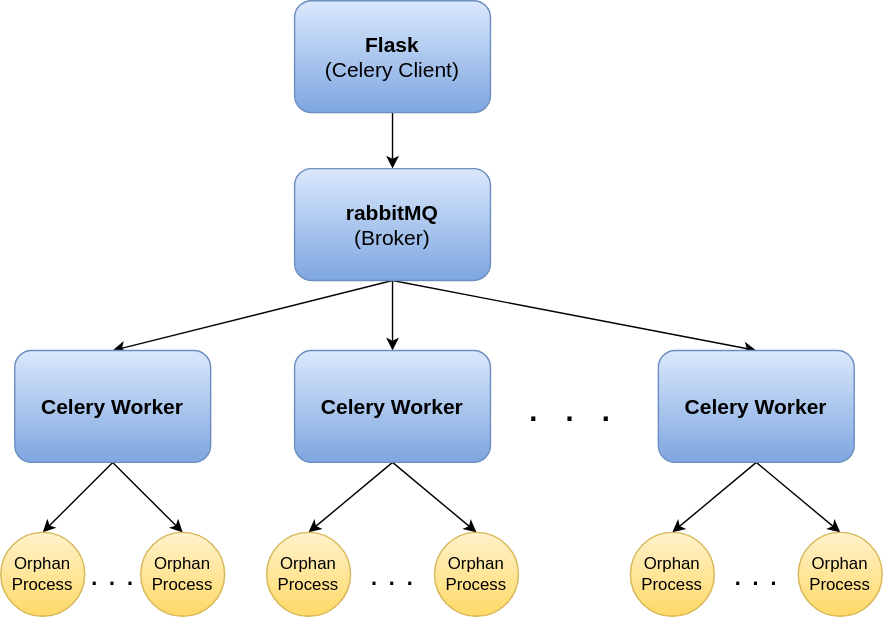
Above: platform.drawio.svg in cvvz/cvvz.github.io (draw.io), before the change. Source tidied: cells renumbered, new cells last; positions are measured from the earlier drawing's top-left corner, leaving out a move shared by most shapes.
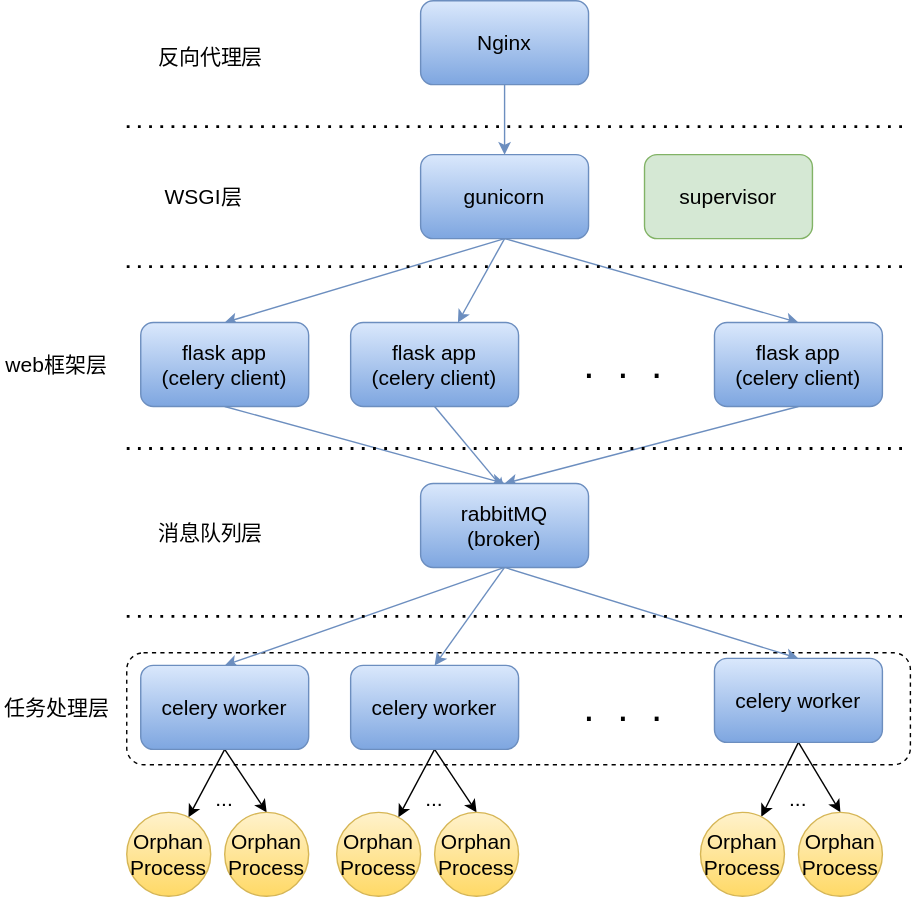
Above is the later version.

Diff of the diagram source:
```diff
@@ -2,80 +2,160 @@
   <root>
     <mxCell id="0" />
     <mxCell id="1" parent="0" />
-    <mxCell id="2" style="edgeStyle=orthogonalEdgeStyle;rounded=0;jettySize=auto;html=1;fontSize=15;" parent="1" edge="1" source="3" target="7">
-      <mxGeometry relative="1" as="geometry" />
-    </mxCell>
-    <mxCell id="3" value="&lt;b&gt;Flask&lt;/b&gt; &lt;br style=&quot;font-size: 15px&quot;&gt;(Celery Client)" style="rounded=1;whiteSpace=wrap;html=1;fontSize=15;fillColor=#dae8fc;strokeColor=#6c8ebf;gradientColor=#7ea6e0;" parent="1" vertex="1">
-      <mxGeometry x="210" width="140" height="80" as="geometry" />
-    </mxCell>
-    <mxCell id="4" style="edgeStyle=orthogonalEdgeStyle;rounded=0;jettySize=auto;html=1;fontSize=15;" parent="1" edge="1" source="7" target="13">
-      <mxGeometry relative="1" as="geometry" />
-    </mxCell>
-    <mxCell id="5" style="rounded=0;jettySize=auto;html=1;exitX=0.5;exitY=1;exitDx=0;exitDy=0;fontSize=15;entryX=0.5;entryY=0;entryDx=0;entryDy=0;" parent="1" edge="1" source="7" target="16">
-      <mxGeometry relative="1" as="geometry" />
-    </mxCell>
-    <mxCell id="6" style="rounded=0;jettySize=auto;html=1;exitX=0.5;exitY=1;exitDx=0;exitDy=0;entryX=0.5;entryY=0;entryDx=0;entryDy=0;fontSize=15;" parent="1" edge="1" source="7" target="10">
-      <mxGeometry relative="1" as="geometry" />
-    </mxCell>
-    <mxCell id="7" value="&lt;b&gt;rabbitMQ&lt;/b&gt;&lt;br style=&quot;font-size: 15px&quot;&gt;(Broker)" style="rounded=1;whiteSpace=wrap;html=1;fontSize=15;gradientColor=#7ea6e0;fillColor=#dae8fc;strokeColor=#6c8ebf;" parent="1" vertex="1">
-      <mxGeometry x="210" y="120" width="140" height="80" as="geometry" />
-    </mxCell>
-    <mxCell id="8" style="edgeStyle=none;rounded=0;jettySize=auto;html=1;exitX=0.5;exitY=1;exitDx=0;exitDy=0;entryX=0.5;entryY=0;entryDx=0;entryDy=0;fontSize=15;" parent="1" edge="1" source="10" target="22">
-      <mxGeometry relative="1" as="geometry" />
-    </mxCell>
-    <mxCell id="9" style="edgeStyle=none;rounded=0;jettySize=auto;html=1;exitX=0.5;exitY=1;exitDx=0;exitDy=0;entryX=0.5;entryY=0;entryDx=0;entryDy=0;fontSize=15;" parent="1" edge="1" source="10" target="23">
-      <mxGeometry relative="1" as="geometry" />
-    </mxCell>
-    <mxCell id="10" value="&lt;b&gt;Celery Worker&lt;/b&gt;" style="rounded=1;whiteSpace=wrap;html=1;fontSize=15;gradientColor=#7ea6e0;fillColor=#dae8fc;strokeColor=#6c8ebf;" parent="1" vertex="1">
-      <mxGeometry x="470" y="250" width="140" height="80" as="geometry" />
-    </mxCell>
-    <mxCell id="11" style="edgeStyle=none;rounded=0;jettySize=auto;html=1;exitX=0.5;exitY=1;exitDx=0;exitDy=0;entryX=0.5;entryY=0;entryDx=0;entryDy=0;fontSize=15;" parent="1" edge="1" source="13" target="20">
-      <mxGeometry relative="1" as="geometry" />
-    </mxCell>
-    <mxCell id="12" style="edgeStyle=none;rounded=0;jettySize=auto;html=1;exitX=0.5;exitY=1;exitDx=0;exitDy=0;entryX=0.5;entryY=0;entryDx=0;entryDy=0;fontSize=15;" parent="1" edge="1" source="13" target="21">
-      <mxGeometry relative="1" as="geometry" />
-    </mxCell>
-    <mxCell id="13" value="&lt;b&gt;Celery Worker&lt;/b&gt;" style="rounded=1;whiteSpace=wrap;html=1;fontSize=15;gradientColor=#7ea6e0;fillColor=#dae8fc;strokeColor=#6c8ebf;" parent="1" vertex="1">
-      <mxGeometry x="210" y="250" width="140" height="80" as="geometry" />
-    </mxCell>
-    <mxCell id="14" style="edgeStyle=none;rounded=0;jettySize=auto;html=1;exitX=0.5;exitY=1;exitDx=0;exitDy=0;entryX=0.5;entryY=0;entryDx=0;entryDy=0;fontSize=15;" parent="1" edge="1" source="16" target="18">
-      <mxGeometry relative="1" as="geometry" />
-    </mxCell>
-    <mxCell id="15" style="edgeStyle=none;rounded=0;jettySize=auto;html=1;exitX=0.5;exitY=1;exitDx=0;exitDy=0;entryX=0.5;entryY=0;entryDx=0;entryDy=0;fontSize=15;" parent="1" edge="1" source="16" target="19">
-      <mxGeometry relative="1" as="geometry" />
-    </mxCell>
-    <mxCell id="16" value="&lt;b&gt;Celery Worker&lt;/b&gt;" style="rounded=1;whiteSpace=wrap;html=1;fontSize=15;gradientColor=#7ea6e0;fillColor=#dae8fc;strokeColor=#6c8ebf;" parent="1" vertex="1">
-      <mxGeometry x="10" y="250" width="140" height="80" as="geometry" />
-    </mxCell>
-    <mxCell id="17" value="&lt;font style=&quot;font-size: 31px&quot;&gt;.&amp;nbsp; .&amp;nbsp; .&lt;/font&gt;" style="text;html=1;strokeColor=none;fillColor=none;align=center;verticalAlign=middle;whiteSpace=wrap;rounded=0;" parent="1" vertex="1">
-      <mxGeometry x="364" y="280" width="86" height="20" as="geometry" />
-    </mxCell>
-    <mxCell id="18" value="Orphan Process" style="ellipse;whiteSpace=wrap;html=1;fillColor=#fff2cc;strokeColor=#d6b656;gradientColor=#ffd966;" parent="1" vertex="1">
-      <mxGeometry y="380" width="60" height="60" as="geometry" />
-    </mxCell>
-    <mxCell id="19" value="Orphan Process" style="ellipse;whiteSpace=wrap;html=1;gradientColor=#ffd966;fillColor=#fff2cc;strokeColor=#d6b656;" parent="1" vertex="1">
-      <mxGeometry x="100" y="380" width="60" height="60" as="geometry" />
-    </mxCell>
-    <mxCell id="20" value="Orphan Process" style="ellipse;whiteSpace=wrap;html=1;gradientColor=#ffd966;fillColor=#fff2cc;strokeColor=#d6b656;" parent="1" vertex="1">
-      <mxGeometry x="190" y="380" width="60" height="60" as="geometry" />
-    </mxCell>
-    <mxCell id="21" value="Orphan Process" style="ellipse;whiteSpace=wrap;html=1;gradientColor=#ffd966;fillColor=#fff2cc;strokeColor=#d6b656;" parent="1" vertex="1">
-      <mxGeometry x="310" y="380" width="60" height="60" as="geometry" />
-    </mxCell>
-    <mxCell id="22" value="Orphan Process" style="ellipse;whiteSpace=wrap;html=1;gradientColor=#ffd966;fillColor=#fff2cc;strokeColor=#d6b656;" parent="1" vertex="1">
-      <mxGeometry x="450" y="380" width="60" height="60" as="geometry" />
-    </mxCell>
-    <mxCell id="23" value="Orphan Process" style="ellipse;whiteSpace=wrap;html=1;fillColor=#fff2cc;strokeColor=#d6b656;gradientColor=#ffd966;" parent="1" vertex="1">
-      <mxGeometry x="570" y="380" width="60" height="60" as="geometry" />
-    </mxCell>
-    <mxCell id="24" value="&lt;font style=&quot;font-size: 23px&quot;&gt;. . .&lt;/font&gt;" style="text;html=1;strokeColor=none;fillColor=none;align=center;verticalAlign=middle;whiteSpace=wrap;rounded=0;" parent="1" vertex="1">
-      <mxGeometry x="60" y="400" width="40" height="20" as="geometry" />
-    </mxCell>
-    <mxCell id="25" value="&lt;font style=&quot;font-size: 23px&quot;&gt;. . .&lt;/font&gt;" style="text;html=1;strokeColor=none;fillColor=none;align=center;verticalAlign=middle;whiteSpace=wrap;rounded=0;" parent="1" vertex="1">
-      <mxGeometry x="260" y="400" width="40" height="20" as="geometry" />
-    </mxCell>
-    <mxCell id="26" value="&lt;font style=&quot;font-size: 23px&quot;&gt;. . .&lt;/font&gt;" style="text;html=1;strokeColor=none;fillColor=none;align=center;verticalAlign=middle;whiteSpace=wrap;rounded=0;" parent="1" vertex="1">
-      <mxGeometry x="520" y="400" width="40" height="20" as="geometry" />
-    </mxCell>
+    <mxCell id="27" style="rounded=1;whiteSpace=wrap;html=1;strokeWidth=1;fillColor=none;dashed=1;fontSize=15;" parent="1" vertex="1">
+      <mxGeometry x="150" y="546" width="560" height="80" as="geometry" />
+    </mxCell>
+    <mxCell id="28" style="edgeStyle=orthogonalEdgeStyle;rounded=0;jettySize=auto;html=1;gradientColor=#7ea6e0;fillColor=#dae8fc;strokeColor=#6c8ebf;fontSize=15;" parent="1" edge="1" source="29" target="33">
+      <mxGeometry relative="1" as="geometry" />
+    </mxCell>
+    <mxCell id="29" value="Nginx" style="rounded=1;whiteSpace=wrap;html=1;gradientColor=#7ea6e0;fillColor=#dae8fc;strokeColor=#6c8ebf;fontSize=15;" parent="1" vertex="1">
+      <mxGeometry x="360" y="80" width="120" height="60" as="geometry" />
+    </mxCell>
+    <mxCell id="30" style="rounded=0;jettySize=auto;html=1;exitX=0.5;exitY=1;exitDx=0;exitDy=0;entryX=0.5;entryY=0;entryDx=0;entryDy=0;gradientColor=#7ea6e0;fillColor=#dae8fc;strokeColor=#6c8ebf;fontSize=15;" parent="1" edge="1" source="33" target="35">
+      <mxGeometry relative="1" as="geometry" />
+    </mxCell>
+    <mxCell id="31" style="rounded=0;jettySize=auto;html=1;exitX=0.5;exitY=1;exitDx=0;exitDy=0;gradientColor=#7ea6e0;fillColor=#dae8fc;strokeColor=#6c8ebf;fontSize=15;" parent="1" edge="1" source="33" target="37">
+      <mxGeometry relative="1" as="geometry" />
+    </mxCell>
+    <mxCell id="32" style="rounded=0;jettySize=auto;html=1;exitX=0.5;exitY=1;exitDx=0;exitDy=0;entryX=0.5;entryY=0;entryDx=0;entryDy=0;gradientColor=#7ea6e0;fillColor=#dae8fc;strokeColor=#6c8ebf;fontSize=15;" parent="1" edge="1" source="33" target="39">
+      <mxGeometry relative="1" as="geometry" />
+    </mxCell>
+    <mxCell id="33" value="gunicorn" style="rounded=1;whiteSpace=wrap;html=1;gradientColor=#7ea6e0;fillColor=#dae8fc;strokeColor=#6c8ebf;fontSize=15;" parent="1" vertex="1">
+      <mxGeometry x="360" y="190" width="120" height="60" as="geometry" />
+    </mxCell>
+    <mxCell id="34" style="edgeStyle=none;rounded=0;jettySize=auto;html=1;exitX=0.5;exitY=1;exitDx=0;exitDy=0;entryX=0.5;entryY=0;entryDx=0;entryDy=0;gradientColor=#7ea6e0;fillColor=#dae8fc;strokeColor=#6c8ebf;fontSize=15;" parent="1" edge="1" source="35" target="44">
+      <mxGeometry relative="1" as="geometry" />
+    </mxCell>
+    <mxCell id="35" value="flask app&lt;br style=&quot;font-size: 15px;&quot;&gt;(celery client)" style="rounded=1;whiteSpace=wrap;html=1;gradientColor=#7ea6e0;fillColor=#dae8fc;strokeColor=#6c8ebf;fontSize=15;" parent="1" vertex="1">
+      <mxGeometry x="160" y="310" width="120" height="60" as="geometry" />
+    </mxCell>
+    <mxCell id="36" style="edgeStyle=none;rounded=0;jettySize=auto;html=1;exitX=0.5;exitY=1;exitDx=0;exitDy=0;gradientColor=#7ea6e0;fillColor=#dae8fc;strokeColor=#6c8ebf;fontSize=15;" parent="1" edge="1" source="37">
+      <mxGeometry relative="1" as="geometry">
+        <mxPoint x="420" y="430" as="targetPoint" />
+      </mxGeometry>
+    </mxCell>
+    <mxCell id="37" value="flask app&lt;br style=&quot;font-size: 15px;&quot;&gt;(celery client)" style="rounded=1;whiteSpace=wrap;html=1;gradientColor=#7ea6e0;fillColor=#dae8fc;strokeColor=#6c8ebf;fontSize=15;" parent="1" vertex="1">
+      <mxGeometry x="310" y="310" width="120" height="60" as="geometry" />
+    </mxCell>
+    <mxCell id="38" style="edgeStyle=none;rounded=0;jettySize=auto;html=1;exitX=0.5;exitY=1;exitDx=0;exitDy=0;entryX=0.5;entryY=0;entryDx=0;entryDy=0;gradientColor=#7ea6e0;fillColor=#dae8fc;strokeColor=#6c8ebf;fontSize=15;" parent="1" edge="1" source="39" target="44">
+      <mxGeometry relative="1" as="geometry" />
+    </mxCell>
+    <mxCell id="39" value="flask app&lt;br style=&quot;font-size: 15px;&quot;&gt;(celery client)" style="rounded=1;whiteSpace=wrap;html=1;gradientColor=#7ea6e0;fillColor=#dae8fc;strokeColor=#6c8ebf;fontSize=15;" parent="1" vertex="1">
+      <mxGeometry x="570" y="310" width="120" height="60" as="geometry" />
+    </mxCell>
+    <mxCell id="40" value="&lt;font style=&quot;font-size: 29px;&quot;&gt;.&amp;nbsp; .&amp;nbsp; .&lt;/font&gt;" style="text;html=1;align=center;verticalAlign=middle;whiteSpace=wrap;rounded=0;fontSize=29;" parent="1" vertex="1">
+      <mxGeometry x="460" y="330" width="90" height="20" as="geometry" />
+    </mxCell>
+    <mxCell id="41" style="edgeStyle=none;rounded=0;jettySize=auto;html=1;exitX=0.5;exitY=1;exitDx=0;exitDy=0;entryX=0.5;entryY=0;entryDx=0;entryDy=0;gradientColor=#7ea6e0;fillColor=#dae8fc;strokeColor=#6c8ebf;fontSize=15;" parent="1" edge="1" source="44" target="47">
+      <mxGeometry relative="1" as="geometry" />
+    </mxCell>
+    <mxCell id="42" style="edgeStyle=none;rounded=0;jettySize=auto;html=1;exitX=0.5;exitY=1;exitDx=0;exitDy=0;entryX=0.5;entryY=0;entryDx=0;entryDy=0;gradientColor=#7ea6e0;fillColor=#dae8fc;strokeColor=#6c8ebf;fontSize=15;" parent="1" edge="1" source="44" target="53">
+      <mxGeometry relative="1" as="geometry" />
+    </mxCell>
+    <mxCell id="43" style="edgeStyle=none;rounded=0;jettySize=auto;html=1;exitX=0.5;exitY=1;exitDx=0;exitDy=0;entryX=0.5;entryY=0;entryDx=0;entryDy=0;gradientColor=#7ea6e0;fillColor=#dae8fc;strokeColor=#6c8ebf;fontSize=15;" parent="1" edge="1" source="44" target="50">
+      <mxGeometry relative="1" as="geometry" />
+    </mxCell>
+    <mxCell id="44" value="rabbitMQ&lt;br style=&quot;font-size: 15px;&quot;&gt;(broker)" style="rounded=1;whiteSpace=wrap;html=1;gradientColor=#7ea6e0;fillColor=#dae8fc;strokeColor=#6c8ebf;fontSize=15;" parent="1" vertex="1">
+      <mxGeometry x="360" y="425" width="120" height="60" as="geometry" />
+    </mxCell>
+    <mxCell id="45" style="edgeStyle=none;rounded=0;jettySize=auto;html=1;exitX=0.5;exitY=1;exitDx=0;exitDy=0;fontSize=15;" parent="1" edge="1" source="47" target="55">
+      <mxGeometry relative="1" as="geometry" />
+    </mxCell>
+    <mxCell id="46" style="edgeStyle=none;rounded=0;jettySize=auto;html=1;exitX=0.5;exitY=1;exitDx=0;exitDy=0;entryX=0.5;entryY=0;entryDx=0;entryDy=0;fontSize=15;" parent="1" edge="1" source="47" target="58">
+      <mxGeometry relative="1" as="geometry" />
+    </mxCell>
+    <mxCell id="47" value="celery worker" style="rounded=1;whiteSpace=wrap;html=1;gradientColor=#7ea6e0;fillColor=#dae8fc;strokeColor=#6c8ebf;fontSize=15;" parent="1" vertex="1">
+      <mxGeometry x="160" y="555" width="120" height="60" as="geometry" />
+    </mxCell>
+    <mxCell id="48" style="edgeStyle=none;rounded=0;jettySize=auto;html=1;exitX=0.5;exitY=1;exitDx=0;exitDy=0;fontSize=15;" parent="1" edge="1" source="50" target="57">
+      <mxGeometry relative="1" as="geometry" />
+    </mxCell>
+    <mxCell id="49" style="edgeStyle=none;rounded=0;jettySize=auto;html=1;exitX=0.5;exitY=1;exitDx=0;exitDy=0;entryX=0.5;entryY=0;entryDx=0;entryDy=0;fontSize=15;" parent="1" edge="1" source="50" target="60">
+      <mxGeometry relative="1" as="geometry" />
+    </mxCell>
+    <mxCell id="50" value="&lt;span style=&quot;font-size: 15px;&quot;&gt;celery worker&lt;/span&gt;" style="rounded=1;whiteSpace=wrap;html=1;gradientColor=#7ea6e0;fillColor=#dae8fc;strokeColor=#6c8ebf;fontSize=15;" parent="1" vertex="1">
+      <mxGeometry x="570" y="550" width="120" height="60" as="geometry" />
+    </mxCell>
+    <mxCell id="51" style="edgeStyle=none;rounded=0;jettySize=auto;html=1;exitX=0.5;exitY=1;exitDx=0;exitDy=0;fontSize=15;" parent="1" edge="1" source="53" target="56">
+      <mxGeometry relative="1" as="geometry" />
+    </mxCell>
+    <mxCell id="52" style="edgeStyle=none;rounded=0;jettySize=auto;html=1;exitX=0.5;exitY=1;exitDx=0;exitDy=0;entryX=0.5;entryY=0;entryDx=0;entryDy=0;fontSize=15;" parent="1" edge="1" source="53" target="59">
+      <mxGeometry relative="1" as="geometry" />
+    </mxCell>
+    <mxCell id="53" value="celery worker" style="rounded=1;whiteSpace=wrap;html=1;gradientColor=#7ea6e0;fillColor=#dae8fc;strokeColor=#6c8ebf;fontSize=15;" parent="1" vertex="1">
+      <mxGeometry x="310" y="555" width="120" height="60" as="geometry" />
+    </mxCell>
+    <mxCell id="54" value="&lt;font style=&quot;font-size: 29px;&quot;&gt;.&amp;nbsp; .&amp;nbsp; .&lt;/font&gt;" style="text;html=1;align=center;verticalAlign=middle;whiteSpace=wrap;rounded=0;fontSize=29;" parent="1" vertex="1">
+      <mxGeometry x="460" y="575" width="90" height="20" as="geometry" />
+    </mxCell>
+    <mxCell id="55" value="Orphan&lt;br style=&quot;font-size: 15px;&quot;&gt;Process" style="ellipse;whiteSpace=wrap;html=1;gradientColor=#ffd966;fillColor=#fff2cc;strokeColor=#d6b656;fontSize=15;" parent="1" vertex="1">
+      <mxGeometry x="150" y="660" width="60" height="60" as="geometry" />
+    </mxCell>
+    <mxCell id="56" value="Orphan&lt;br style=&quot;font-size: 15px;&quot;&gt;Process" style="ellipse;whiteSpace=wrap;html=1;gradientColor=#ffd966;fillColor=#fff2cc;strokeColor=#d6b656;fontSize=15;" parent="1" vertex="1">
+      <mxGeometry x="300" y="660" width="60" height="60" as="geometry" />
+    </mxCell>
+    <mxCell id="57" value="Orphan&lt;br style=&quot;font-size: 15px;&quot;&gt;Process" style="ellipse;whiteSpace=wrap;html=1;gradientColor=#ffd966;fillColor=#fff2cc;strokeColor=#d6b656;fontSize=15;" parent="1" vertex="1">
+      <mxGeometry x="560" y="660" width="60" height="60" as="geometry" />
+    </mxCell>
+    <mxCell id="58" value="Orphan&lt;br style=&quot;font-size: 15px;&quot;&gt;Process" style="ellipse;whiteSpace=wrap;html=1;gradientColor=#ffd966;fillColor=#fff2cc;strokeColor=#d6b656;fontSize=15;" parent="1" vertex="1">
+      <mxGeometry x="220" y="660" width="60" height="60" as="geometry" />
+    </mxCell>
+    <mxCell id="59" value="Orphan&lt;br style=&quot;font-size: 15px;&quot;&gt;Process" style="ellipse;whiteSpace=wrap;html=1;gradientColor=#ffd966;fillColor=#fff2cc;strokeColor=#d6b656;fontSize=15;" parent="1" vertex="1">
+      <mxGeometry x="370" y="660" width="60" height="60" as="geometry" />
+    </mxCell>
+    <mxCell id="60" value="Orphan&lt;br style=&quot;font-size: 15px;&quot;&gt;Process" style="ellipse;whiteSpace=wrap;html=1;gradientColor=#ffd966;fillColor=#fff2cc;strokeColor=#d6b656;fontSize=15;" parent="1" vertex="1">
+      <mxGeometry x="630" y="660" width="60" height="60" as="geometry" />
+    </mxCell>
+    <mxCell id="61" value="&lt;font style=&quot;font-size: 15px;&quot;&gt;...&lt;/font&gt;" style="text;html=1;strokeColor=none;fillColor=none;align=center;verticalAlign=middle;whiteSpace=wrap;rounded=0;fontSize=15;" parent="1" vertex="1">
+      <mxGeometry x="200" y="640" width="40" height="20" as="geometry" />
+    </mxCell>
+    <mxCell id="62" value="&lt;font style=&quot;font-size: 15px;&quot;&gt;...&lt;/font&gt;" style="text;html=1;strokeColor=none;fillColor=none;align=center;verticalAlign=middle;whiteSpace=wrap;rounded=0;fontSize=15;" parent="1" vertex="1">
+      <mxGeometry x="350" y="640" width="40" height="20" as="geometry" />
+    </mxCell>
+    <mxCell id="63" value="&lt;font style=&quot;font-size: 15px;&quot;&gt;...&lt;/font&gt;" style="text;html=1;strokeColor=none;fillColor=none;align=center;verticalAlign=middle;whiteSpace=wrap;rounded=0;fontSize=15;" parent="1" vertex="1">
+      <mxGeometry x="610" y="640" width="40" height="20" as="geometry" />
+    </mxCell>
+    <mxCell id="64" value="supervisor" style="rounded=1;whiteSpace=wrap;html=1;fillColor=#d5e8d4;strokeColor=#82b366;fontSize=15;" parent="1" vertex="1">
+      <mxGeometry x="520" y="190" width="120" height="60" as="geometry" />
+    </mxCell>
+    <mxCell id="65" style="endArrow=none;dashed=1;html=1;dashPattern=1 3;strokeWidth=2;fontSize=15;" parent="1" edge="1">
+      <mxGeometry relative="1" as="geometry">
+        <mxPoint x="150" y="270" as="sourcePoint" />
+        <mxPoint x="710" y="270" as="targetPoint" />
+      </mxGeometry>
+    </mxCell>
+    <mxCell id="66" style="endArrow=none;dashed=1;html=1;dashPattern=1 3;strokeWidth=2;fontSize=15;" parent="1" edge="1">
+      <mxGeometry relative="1" as="geometry">
+        <mxPoint x="150" y="400" as="sourcePoint" />
+        <mxPoint x="710" y="400" as="targetPoint" />
+      </mxGeometry>
+    </mxCell>
+    <mxCell id="67" style="endArrow=none;dashed=1;html=1;dashPattern=1 3;strokeWidth=2;fontSize=15;" parent="1" edge="1">
+      <mxGeometry relative="1" as="geometry">
+        <mxPoint x="150" y="520" as="sourcePoint" />
+        <mxPoint x="710" y="520" as="targetPoint" />
+      </mxGeometry>
+    </mxCell>
+    <mxCell id="68" style="endArrow=none;dashed=1;html=1;dashPattern=1 3;strokeWidth=2;fontSize=15;" parent="1" edge="1">
+      <mxGeometry relative="1" as="geometry">
+        <mxPoint x="150" y="170" as="sourcePoint" />
+        <mxPoint x="710" y="170" as="targetPoint" />
+      </mxGeometry>
+    </mxCell>
+    <mxCell id="69" value="反向代理层" style="text;html=1;strokeColor=none;fillColor=none;align=center;verticalAlign=middle;whiteSpace=wrap;rounded=0;fontSize=15;" parent="1" vertex="1">
+      <mxGeometry x="165" y="110" width="90" height="20" as="geometry" />
+    </mxCell>
+    <mxCell id="70" value="WSGI层" style="text;html=1;strokeColor=none;fillColor=none;align=center;verticalAlign=middle;whiteSpace=wrap;rounded=0;fontSize=15;" parent="1" vertex="1">
+      <mxGeometry x="170" y="210" width="70" height="20" as="geometry" />
+    </mxCell>
+    <mxCell id="71" value="web框架层" style="text;html=1;strokeColor=none;fillColor=none;align=center;verticalAlign=middle;whiteSpace=wrap;rounded=0;fontSize=15;" parent="1" vertex="1">
+      <mxGeometry x="60" y="330" width="80" height="20" as="geometry" />
+    </mxCell>
+    <mxCell id="72" value="消息队列层" style="text;html=1;strokeColor=none;fillColor=none;align=center;verticalAlign=middle;whiteSpace=wrap;rounded=0;fontSize=15;" parent="1" vertex="1">
+      <mxGeometry x="170" y="450" width="80" height="20" as="geometry" />
+    </mxCell>
+    <mxCell id="73" value="任务处理层" style="text;html=1;strokeColor=none;fillColor=none;align=center;verticalAlign=middle;whiteSpace=wrap;rounded=0;fontSize=15;" parent="1" vertex="1">
+      <mxGeometry x="60" y="575" width="80" height="20" as="geometry" />
+    </mxCell>
   </root>
 </mxGraphModel>
```
